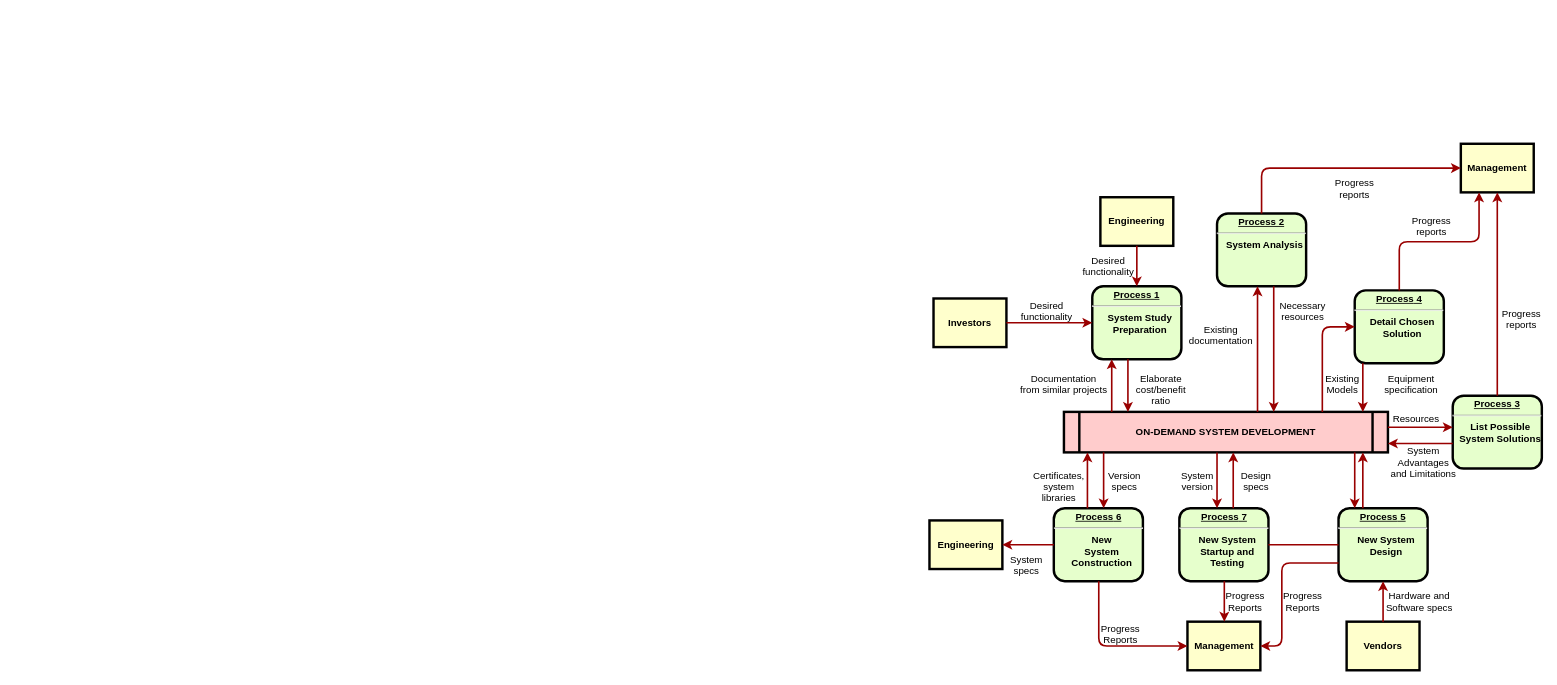
This is moe.drawio from LitLeo/blog_pics, a draw.io file, before an edit. Source tidied: cells renumbered, new cells numbered last; positions are measured from the earlier drawing's top-left corner, leaving out a move shared by most shapes. Both pictures are drawn from the tidied source at 81%, with x=0, y=0 at pixel (929, 143).
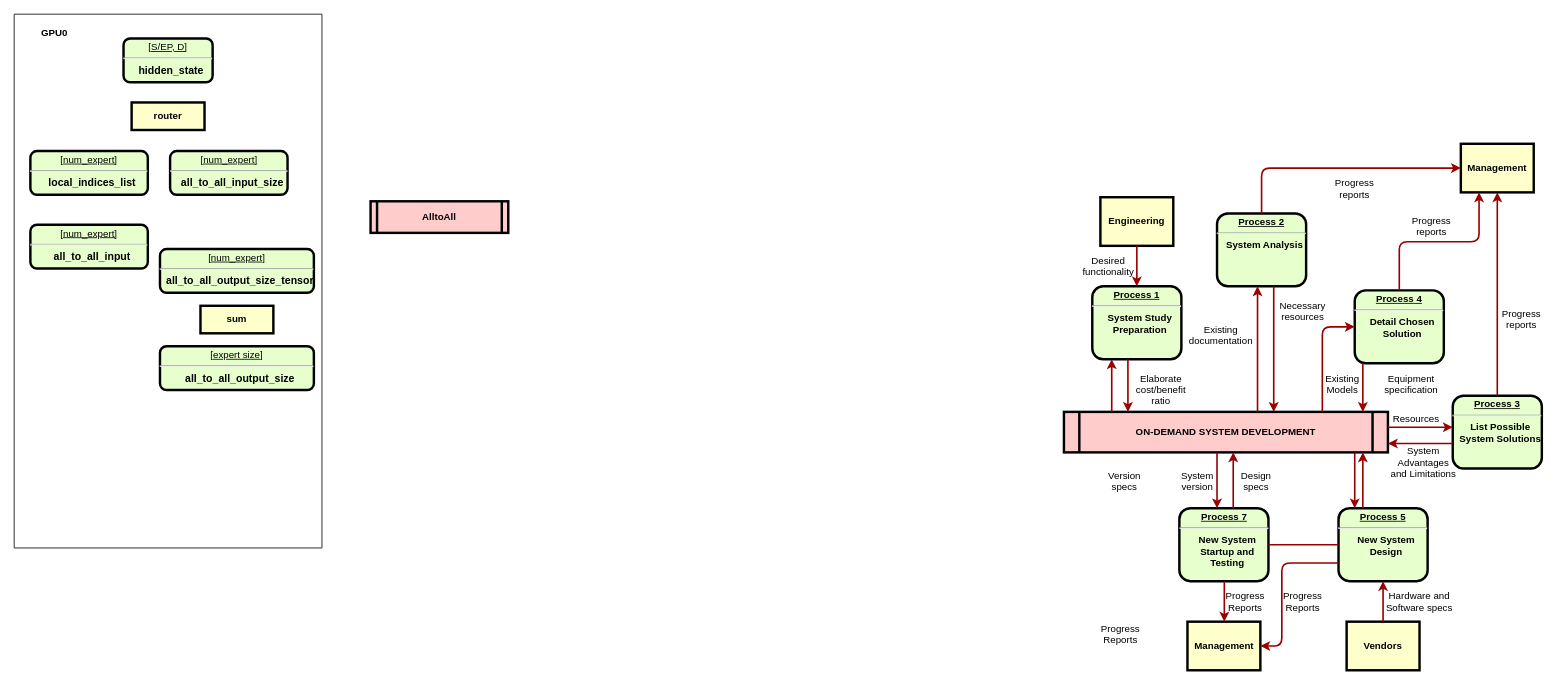
After the change.

Unchanged cells that the change refers to:
```xml
<mxCell id="2" value="&lt;p style=&quot;margin: 0px; margin-top: 4px; text-align: center; text-decoration: underline;&quot;&gt;&lt;strong&gt;Process 1&lt;br /&gt;&lt;/strong&gt;&lt;/p&gt;&lt;hr /&gt;&lt;p style=&quot;margin: 0px; margin-left: 8px;&quot;&gt;System Study&lt;/p&gt;&lt;p style=&quot;margin: 0px; margin-left: 8px;&quot;&gt;Preparation&lt;/p&gt;" style="verticalAlign=middle;align=center;overflow=fill;fontSize=12;fontFamily=Helvetica;html=1;rounded=1;fontStyle=1;strokeWidth=3;fillColor=#E6FFCC;" parent="1" vertex="1">
  <mxGeometry x="201" y="176" width="110" height="90" as="geometry" />
</mxCell>
<mxCell id="5" value="ON-DEMAND SYSTEM DEVELOPMENT" style="shape=process;whiteSpace=wrap;align=center;verticalAlign=middle;size=0.0475;fontStyle=1;strokeWidth=3;fillColor=#FFCCCC;" parent="1" vertex="1">
  <mxGeometry x="166" y="331" width="400" height="50" as="geometry" />
</mxCell>
<mxCell id="12" value="Management" style="whiteSpace=wrap;align=center;verticalAlign=middle;fontStyle=1;strokeWidth=3;fillColor=#FFFFCC;" parent="1" vertex="1">
  <mxGeometry x="318.5" y="590" width="90" height="60" as="geometry" />
</mxCell>
```

Change to the diagram source:
```diff
@@
-    <mxCell id="4" value="Investors" style="whiteSpace=wrap;align=center;verticalAlign=middle;fontStyle=1;strokeWidth=3;fillColor=#FFFFCC;" parent="1" vertex="1">
-      <mxGeometry x="5" y="191" width="90" height="60" as="geometry" />
-    </mxCell>
@@
-    <mxCell id="10" value="&lt;p style=&quot;margin: 0px; margin-top: 4px; text-align: center; text-decoration: underline;&quot;&gt;&lt;strong&gt;&lt;strong&gt;Process&lt;/strong&gt; 6&lt;br /&gt;&lt;/strong&gt;&lt;/p&gt;&lt;hr /&gt;&lt;p style=&quot;margin: 0px; margin-left: 8px;&quot;&gt;New&lt;/p&gt;&lt;p style=&quot;margin: 0px; margin-left: 8px;&quot;&gt;System&lt;/p&gt;&lt;p style=&quot;margin: 0px; margin-left: 8px;&quot;&gt;Construction&lt;/p&gt;" style="verticalAlign=middle;align=center;overflow=fill;fontSize=12;fontFamily=Helvetica;html=1;rounded=1;fontStyle=1;strokeWidth=3;fillColor=#E6FFCC;" parent="1" vertex="1">
-      <mxGeometry x="153.5" y="450" width="110" height="90" as="geometry" />
-    </mxCell>
@@
-    <mxCell id="13" value="Engineering" style="whiteSpace=wrap;align=center;verticalAlign=middle;fontStyle=1;strokeWidth=3;fillColor=#FFFFCC;" parent="1" vertex="1">
-      <mxGeometry y="465" width="90" height="60" as="geometry" />
-    </mxCell>
@@
-    <mxCell id="16" style="edgeStyle=none;noEdgeStyle=1;strokeColor=#990000;strokeWidth=2;" parent="1" edge="1" source="4" target="2">
-      <mxGeometry relative="1" as="geometry" />
-    </mxCell>
@@
-    <mxCell id="19" value="Desired &#10;functionality" style="text;spacingTop=-5;align=center;" parent="1" vertex="1">
-      <mxGeometry x="130" y="191" width="30" height="20" as="geometry" />
-    </mxCell>
@@
-    <mxCell id="21" value="Documentation&#10;from similar projects" style="text;spacingTop=-5;align=center;" parent="1" vertex="1">
-      <mxGeometry x="151" y="281" width="30" height="20" as="geometry" />
-    </mxCell>
@@
-    <mxCell id="51" style="edgeStyle=elbowEdgeStyle;elbow=horizontal;strokeColor=#990000;strokeWidth=2;" parent="1" edge="1" source="10" target="12">
-      <mxGeometry relative="1" as="geometry">
-        <Array as="points">
-          <mxPoint x="209" y="570" />
-        </Array>
-      </mxGeometry>
-    </mxCell>
@@
-    <mxCell id="53" style="edgeStyle=elbowEdgeStyle;elbow=vertical;strokeColor=#990000;strokeWidth=2;" parent="1" edge="1" source="10" target="13">
-      <mxGeometry relative="1" as="geometry" />
-    </mxCell>
@@
-    <mxCell id="57" value="Certificates,&#10;system&#10;libraries" style="text;spacingTop=-5;align=center;" parent="1" vertex="1">
-      <mxGeometry x="145" y="401" width="30" height="20" as="geometry" />
-    </mxCell>
-    <mxCell id="58" style="edgeStyle=elbowEdgeStyle;elbow=horizontal;strokeColor=#990000;strokeWidth=2;" parent="1" edge="1" source="5" target="10">
-      <mxGeometry relative="1" as="geometry">
-        <Array as="points">
-          <mxPoint x="215" y="410" />
-        </Array>
-      </mxGeometry>
-    </mxCell>
-    <mxCell id="59" style="edgeStyle=elbowEdgeStyle;elbow=horizontal;strokeColor=#990000;strokeWidth=2;" parent="1" edge="1" source="10" target="5">
-      <mxGeometry relative="1" as="geometry">
-        <Array as="points">
-          <mxPoint x="195" y="410" />
-        </Array>
-      </mxGeometry>
-    </mxCell>
-    <mxCell id="60" value="System&#10;specs" style="text;spacingTop=-5;align=center;" parent="1" vertex="1">
-      <mxGeometry x="105" y="505" width="30" height="20" as="geometry" />
-    </mxCell>
@@
+    <mxCell id="63" style="swimlane;startSize=0;" parent="1" vertex="1">
+      <mxGeometry x="-1130" y="-160" width="380" height="659" as="geometry" />
+    </mxCell>
+    <mxCell id="64" value="&lt;b&gt;GPU0&lt;/b&gt;" style="text;html=1;align=center;verticalAlign=middle;whiteSpace=wrap;rounded=0;" parent="63" vertex="1">
+      <mxGeometry x="20" y="9" width="60" height="30" as="geometry" />
+    </mxCell>
+    <mxCell id="4" value="router" style="whiteSpace=wrap;align=center;verticalAlign=middle;fontStyle=1;strokeWidth=3;fillColor=#FFFFCC;" parent="63" vertex="1">
+      <mxGeometry x="145" y="109" width="90" height="34" as="geometry" />
+    </mxCell>
+    <mxCell id="65" value="&lt;p style=&quot;margin: 0px; margin-top: 4px; text-align: center; text-decoration: underline;&quot;&gt;&lt;span style=&quot;font-weight: normal;&quot;&gt;[S/EP, D]&lt;/span&gt;&lt;br&gt;&lt;/p&gt;&lt;hr&gt;&lt;p style=&quot;margin: 0px; margin-left: 8px;&quot;&gt;&lt;strong style=&quot;background-color: initial;&quot;&gt;&lt;font style=&quot;font-size: 13px;&quot;&gt;hidden_state&lt;/font&gt;&lt;/strong&gt;&lt;/p&gt;" style="verticalAlign=middle;align=center;overflow=fill;fontSize=12;fontFamily=Helvetica;html=1;rounded=1;fontStyle=1;strokeWidth=3;fillColor=#E6FFCC;" parent="63" vertex="1">
+      <mxGeometry x="135" y="30" width="110" height="54" as="geometry" />
+    </mxCell>
+    <mxCell id="66" value="&lt;p style=&quot;margin: 0px; margin-top: 4px; text-align: center; text-decoration: underline;&quot;&gt;&lt;span style=&quot;font-weight: normal;&quot;&gt;[num_expert]&lt;/span&gt;&lt;br&gt;&lt;/p&gt;&lt;hr&gt;&lt;p style=&quot;margin: 0px; margin-left: 8px;&quot;&gt;&lt;font style=&quot;font-size: 13px;&quot;&gt;all_to_all_input_size&lt;/font&gt;&lt;/p&gt;" style="verticalAlign=middle;align=center;overflow=fill;fontSize=12;fontFamily=Helvetica;html=1;rounded=1;fontStyle=1;strokeWidth=3;fillColor=#E6FFCC;" parent="63" vertex="1">
+      <mxGeometry x="192.5" y="169" width="145" height="54" as="geometry" />
+    </mxCell>
+    <mxCell id="67" value="&lt;p style=&quot;margin: 0px; margin-top: 4px; text-align: center; text-decoration: underline;&quot;&gt;&lt;span style=&quot;font-weight: normal;&quot;&gt;[num_expert]&lt;/span&gt;&lt;br&gt;&lt;/p&gt;&lt;hr&gt;&lt;p style=&quot;margin: 0px; margin-left: 8px;&quot;&gt;&lt;font style=&quot;font-size: 13px;&quot;&gt;all_to_all_output_size_tensor&lt;/font&gt;&lt;/p&gt;" style="verticalAlign=middle;align=center;overflow=fill;fontSize=12;fontFamily=Helvetica;html=1;rounded=1;fontStyle=1;strokeWidth=3;fillColor=#E6FFCC;" parent="63" vertex="1">
+      <mxGeometry x="180" y="290" width="190" height="54" as="geometry" />
+    </mxCell>
+    <mxCell id="68" value="&lt;p style=&quot;margin: 0px; margin-top: 4px; text-align: center; text-decoration: underline;&quot;&gt;&lt;span style=&quot;font-weight: normal;&quot;&gt;[num_expert]&lt;/span&gt;&lt;br&gt;&lt;/p&gt;&lt;hr&gt;&lt;p style=&quot;margin: 0px; margin-left: 8px;&quot;&gt;&lt;font style=&quot;font-size: 13px;&quot;&gt;local_indices_list&lt;/font&gt;&lt;/p&gt;" style="verticalAlign=middle;align=center;overflow=fill;fontSize=12;fontFamily=Helvetica;html=1;rounded=1;fontStyle=1;strokeWidth=3;fillColor=#E6FFCC;" parent="63" vertex="1">
+      <mxGeometry x="20" y="169" width="145" height="54" as="geometry" />
+    </mxCell>
+    <mxCell id="69" value="&lt;p style=&quot;margin: 0px; margin-top: 4px; text-align: center; text-decoration: underline;&quot;&gt;&lt;span style=&quot;font-weight: normal;&quot;&gt;[num_expert]&lt;/span&gt;&lt;br&gt;&lt;/p&gt;&lt;hr&gt;&lt;p style=&quot;margin: 0px; margin-left: 8px;&quot;&gt;&lt;font style=&quot;font-size: 13px;&quot;&gt;all_to_all_input&lt;/font&gt;&lt;/p&gt;" style="verticalAlign=middle;align=center;overflow=fill;fontSize=12;fontFamily=Helvetica;html=1;rounded=1;fontStyle=1;strokeWidth=3;fillColor=#E6FFCC;" parent="63" vertex="1">
+      <mxGeometry x="20" y="260" width="145" height="54" as="geometry" />
+    </mxCell>
+    <mxCell id="70" value="&lt;p style=&quot;margin: 0px; margin-top: 4px; text-align: center; text-decoration: underline;&quot;&gt;&lt;span style=&quot;font-weight: normal;&quot;&gt;[expert size]&lt;/span&gt;&lt;br&gt;&lt;/p&gt;&lt;hr&gt;&lt;p style=&quot;margin: 0px; margin-left: 8px;&quot;&gt;&lt;span style=&quot;font-size: 13px;&quot;&gt;all_to_all_output_size&lt;/span&gt;&lt;br&gt;&lt;/p&gt;" style="verticalAlign=middle;align=center;overflow=fill;fontSize=12;fontFamily=Helvetica;html=1;rounded=1;fontStyle=1;strokeWidth=3;fillColor=#E6FFCC;" parent="63" vertex="1">
+      <mxGeometry x="180" y="410" width="190" height="54" as="geometry" />
+    </mxCell>
+    <mxCell id="71" value="sum" style="whiteSpace=wrap;align=center;verticalAlign=middle;fontStyle=1;strokeWidth=3;fillColor=#FFFFCC;" parent="63" vertex="1">
+      <mxGeometry x="230" y="360" width="90" height="34" as="geometry" />
+    </mxCell>
+    <mxCell id="72" value="AlltoAll" style="shape=process;whiteSpace=wrap;align=center;verticalAlign=middle;size=0.0475;fontStyle=1;strokeWidth=3;fillColor=#FFCCCC;" parent="1" vertex="1">
+      <mxGeometry x="-690" y="71" width="170" height="39" as="geometry" />
+    </mxCell>
```
